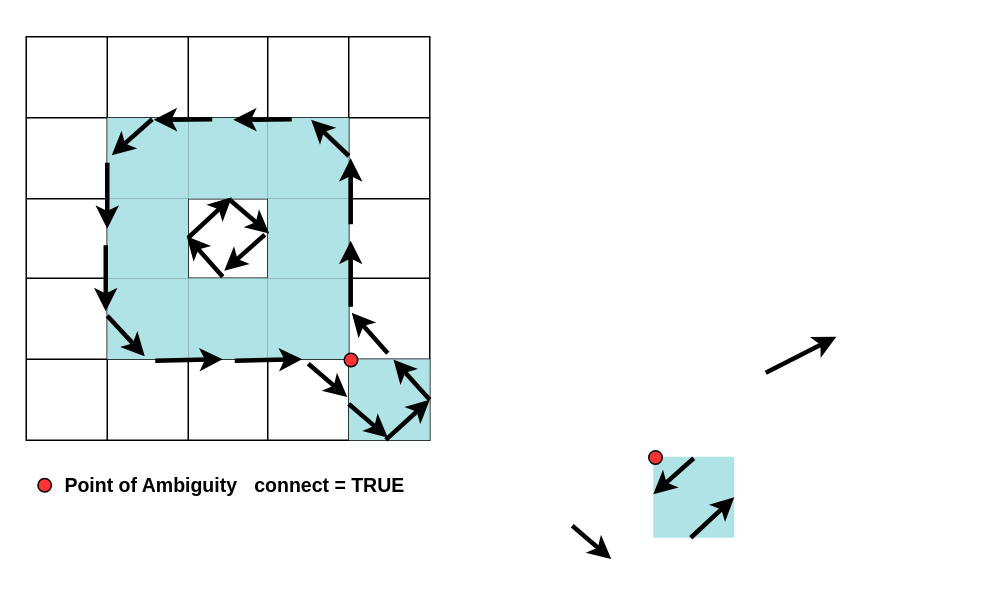
The draw.io diagram page "Page-4" (4 of 5) of Untitled Diagram.drawio in CoreSheep/AI, before the edit. Source tidied: cells renumbered, new cells numbered last; positions are measured from the earlier drawing's top-left corner, leaving out a move shared by most shapes. Both pictures are drawn from the tidied source at 150%, with x=0, y=0 at pixel (26, 36).
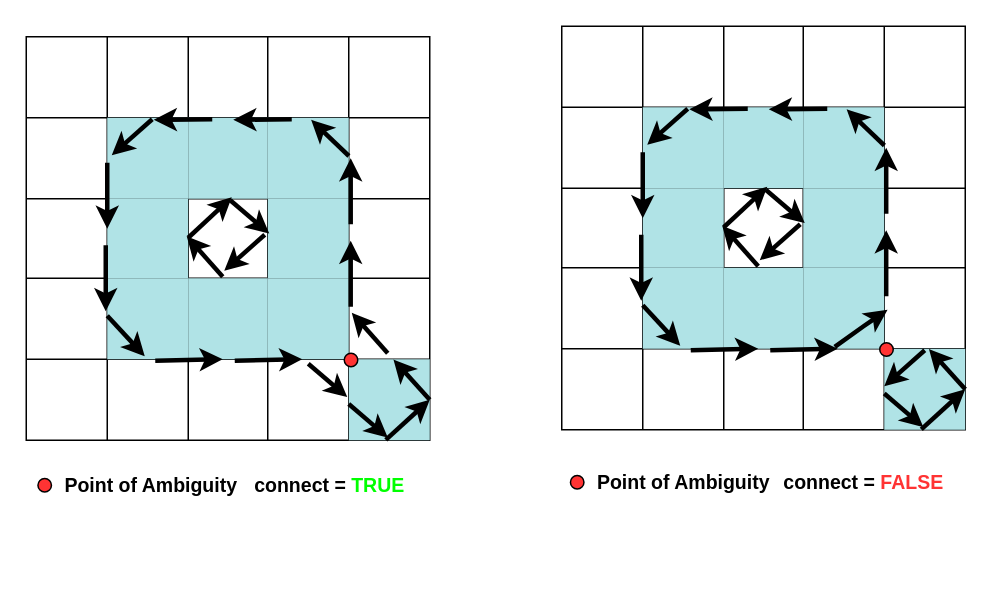
The same page after the edit.

Change to the diagram source:
```diff
@@
-    <mxCell id="54" style="shape=partialRectangle;html=1;whiteSpace=wrap;strokeColor=#0e8088;overflow=hidden;fillColor=#b0e3e6;top=0;left=0;bottom=0;right=0;" parent="1" vertex="1">
-      <mxGeometry x="418" y="280" width="54" height="54" as="geometry" />
-    </mxCell>
@@
-    <mxCell id="56" style="endArrow=classic;html=1;rounded=0;strokeWidth=3;exitX=0.891;exitY=0.995;exitDx=0;exitDy=0;exitPerimeter=0;entryX=1;entryY=0.5;entryDx=0;entryDy=0;" parent="1" edge="1">
-      <mxGeometry relative="1" as="geometry">
-        <mxPoint x="443" y="334" as="sourcePoint" />
-        <mxPoint x="472" y="307" as="targetPoint" />
-      </mxGeometry>
-    </mxCell>
-    <mxCell id="57" style="ellipse;whiteSpace=wrap;html=1;fillColor=#FF3333;" parent="1" vertex="1">
-      <mxGeometry x="415" y="276" width="9" height="9" as="geometry" />
-    </mxCell>
-    <mxCell id="58" style="endArrow=classic;html=1;rounded=0;strokeWidth=3;exitX=0.676;exitY=0.996;exitDx=0;exitDy=0;exitPerimeter=0;entryX=0.896;entryY=0.966;entryDx=0;entryDy=0;entryPerimeter=0;" parent="1" edge="1">
-      <mxGeometry relative="1" as="geometry">
-        <mxPoint x="364" y="326" as="sourcePoint" />
-        <mxPoint x="390" y="348.2" as="targetPoint" />
-      </mxGeometry>
-    </mxCell>
-    <mxCell id="59" style="endArrow=classic;html=1;rounded=0;strokeWidth=3;exitX=0.938;exitY=0.971;exitDx=0;exitDy=0;exitPerimeter=0;" parent="1" edge="1">
-      <mxGeometry relative="1" as="geometry">
-        <mxPoint x="445" y="281" as="sourcePoint" />
-        <mxPoint x="418" y="305" as="targetPoint" />
-      </mxGeometry>
-    </mxCell>
@@
-    <mxCell id="61" style="endArrow=classic;html=1;rounded=0;strokeWidth=3;exitX=1;exitY=0.5;exitDx=0;exitDy=0;" parent="1" edge="1">
-      <mxGeometry relative="1" as="geometry">
-        <mxPoint x="493" y="224" as="sourcePoint" />
-        <mxPoint x="540" y="200" as="targetPoint" />
-      </mxGeometry>
-    </mxCell>
-    <mxCell id="62" value="&lt;span style=&quot;font-size: 13px;&quot;&gt;&lt;b&gt;connect = TRUE&lt;/b&gt;&lt;/span&gt;" style="text;html=1;align=center;verticalAlign=middle;strokeColor=none;fillColor=none;" parent="1" vertex="1">
+    <mxCell id="62" value="&lt;span style=&quot;font-size: 13px;&quot;&gt;&lt;b&gt;connect = &lt;font color=&quot;#00ff00&quot;&gt;TRUE&lt;/font&gt;&lt;/b&gt;&lt;/span&gt;" style="text;html=1;align=center;verticalAlign=middle;strokeColor=none;fillColor=none;" parent="1" vertex="1">
       <mxGeometry x="143.2" y="285" width="118" height="28" as="geometry" />
     </mxCell>
+    <mxCell id="63" style="shape=table;startSize=0;childLayout=tableLayout;" parent="1" vertex="1">
+      <mxGeometry x="357" y="-7" width="269" height="269" as="geometry" />
+    </mxCell>
+    <mxCell id="64" style="shape=tableRow;horizontal=0;startSize=0;swimlaneHead=0;swimlaneBody=0;strokeColor=inherit;top=0;left=0;bottom=0;right=0;fillColor=none;points=[[0,0.5],[1,0.5]];portConstraint=eastwest;" parent="63" vertex="1">
+      <mxGeometry width="269" height="54" as="geometry" />
+    </mxCell>
+    <mxCell id="65" style="shape=partialRectangle;html=1;whiteSpace=wrap;strokeColor=inherit;overflow=hidden;fillColor=none;top=0;left=0;bottom=0;right=0;" parent="64" vertex="1">
+      <mxGeometry width="54" height="54" as="geometry" />
+    </mxCell>
+    <mxCell id="66" style="shape=partialRectangle;html=1;whiteSpace=wrap;strokeColor=inherit;overflow=hidden;fillColor=none;top=0;left=0;bottom=0;right=0;" parent="64" vertex="1">
+      <mxGeometry x="54" width="54" height="54" as="geometry" />
+    </mxCell>
+    <mxCell id="67" style="shape=partialRectangle;html=1;whiteSpace=wrap;strokeColor=inherit;overflow=hidden;fillColor=none;top=0;left=0;bottom=0;right=0;" parent="64" vertex="1">
+      <mxGeometry x="108" width="53" height="54" as="geometry" />
+    </mxCell>
+    <mxCell id="68" style="shape=partialRectangle;html=1;whiteSpace=wrap;strokeColor=inherit;overflow=hidden;fillColor=none;top=0;left=0;bottom=0;right=0;" parent="64" vertex="1">
+      <mxGeometry x="161" width="54" height="54" as="geometry" />
+    </mxCell>
+    <mxCell id="69" style="shape=partialRectangle;html=1;whiteSpace=wrap;strokeColor=inherit;overflow=hidden;fillColor=none;top=0;left=0;bottom=0;right=0;" parent="64" vertex="1">
+      <mxGeometry x="215" width="54" height="54" as="geometry" />
+    </mxCell>
+    <mxCell id="70" style="shape=tableRow;horizontal=0;startSize=0;swimlaneHead=0;swimlaneBody=0;strokeColor=inherit;top=0;left=0;bottom=0;right=0;fillColor=none;" parent="63" vertex="1">
+      <mxGeometry y="54" width="269" height="54" as="geometry" />
+    </mxCell>
+    <mxCell id="71" style="shape=partialRectangle;html=1;whiteSpace=wrap;strokeColor=inherit;overflow=hidden;fillColor=none;top=0;left=0;bottom=0;right=0;" parent="70" vertex="1">
+      <mxGeometry width="54" height="54" as="geometry" />
+    </mxCell>
+    <mxCell id="72" style="shape=partialRectangle;html=1;whiteSpace=wrap;strokeColor=#0e8088;overflow=hidden;fillColor=#b0e3e6;top=0;left=0;bottom=0;right=0;" parent="70" vertex="1">
+      <mxGeometry x="54" width="54" height="54" as="geometry" />
+    </mxCell>
+    <mxCell id="73" style="shape=partialRectangle;html=1;whiteSpace=wrap;strokeColor=#0e8088;overflow=hidden;fillColor=#b0e3e6;top=0;left=0;bottom=0;right=0;" parent="70" vertex="1">
+      <mxGeometry x="108" width="53" height="54" as="geometry" />
+    </mxCell>
+    <mxCell id="74" style="shape=partialRectangle;html=1;whiteSpace=wrap;strokeColor=#0e8088;overflow=hidden;fillColor=#b0e3e6;top=0;left=0;bottom=0;right=0;" parent="70" vertex="1">
+      <mxGeometry x="161" width="54" height="54" as="geometry" />
+    </mxCell>
+    <mxCell id="75" style="shape=partialRectangle;html=1;whiteSpace=wrap;strokeColor=inherit;overflow=hidden;fillColor=none;top=0;left=0;bottom=0;right=0;" parent="70" vertex="1">
+      <mxGeometry x="215" width="54" height="54" as="geometry" />
+    </mxCell>
+    <mxCell id="76" style="shape=tableRow;horizontal=0;startSize=0;swimlaneHead=0;swimlaneBody=0;strokeColor=inherit;top=0;left=0;bottom=0;right=0;fillColor=none;" parent="63" vertex="1">
+      <mxGeometry y="108" width="269" height="53" as="geometry" />
+    </mxCell>
+    <mxCell id="77" style="shape=partialRectangle;html=1;whiteSpace=wrap;strokeColor=inherit;overflow=hidden;fillColor=none;top=0;left=0;bottom=0;right=0;" parent="76" vertex="1">
+      <mxGeometry width="54" height="53" as="geometry" />
+    </mxCell>
+    <mxCell id="78" style="shape=partialRectangle;html=1;whiteSpace=wrap;strokeColor=#0e8088;overflow=hidden;fillColor=#b0e3e6;top=0;left=0;bottom=0;right=0;" parent="76" vertex="1">
+      <mxGeometry x="54" width="54" height="53" as="geometry" />
+    </mxCell>
+    <mxCell id="79" style="shape=partialRectangle;html=1;whiteSpace=wrap;strokeColor=inherit;overflow=hidden;fillColor=none;top=0;left=0;bottom=0;right=0;" parent="76" vertex="1">
+      <mxGeometry x="108" width="53" height="53" as="geometry" />
+    </mxCell>
+    <mxCell id="80" style="shape=partialRectangle;html=1;whiteSpace=wrap;strokeColor=#0e8088;overflow=hidden;fillColor=#b0e3e6;top=0;left=0;bottom=0;right=0;" parent="76" vertex="1">
+      <mxGeometry x="161" width="54" height="53" as="geometry" />
+    </mxCell>
+    <mxCell id="81" style="shape=partialRectangle;html=1;whiteSpace=wrap;strokeColor=inherit;overflow=hidden;fillColor=none;top=0;left=0;bottom=0;right=0;" parent="76" vertex="1">
+      <mxGeometry x="215" width="54" height="53" as="geometry" />
+    </mxCell>
+    <mxCell id="82" style="shape=tableRow;horizontal=0;startSize=0;swimlaneHead=0;swimlaneBody=0;strokeColor=inherit;top=0;left=0;bottom=0;right=0;fillColor=none;points=[[0,0.5],[1,0.5]];portConstraint=eastwest;" parent="63" vertex="1">
+      <mxGeometry y="161" width="269" height="54" as="geometry" />
+    </mxCell>
+    <mxCell id="83" style="shape=partialRectangle;html=1;whiteSpace=wrap;strokeColor=inherit;overflow=hidden;fillColor=none;top=0;left=0;bottom=0;right=0;" parent="82" vertex="1">
+      <mxGeometry width="54" height="54" as="geometry" />
+    </mxCell>
+    <mxCell id="84" style="shape=partialRectangle;html=1;whiteSpace=wrap;strokeColor=#0e8088;overflow=hidden;fillColor=#b0e3e6;top=0;left=0;bottom=0;right=0;" parent="82" vertex="1">
+      <mxGeometry x="54" width="54" height="54" as="geometry" />
+    </mxCell>
+    <mxCell id="85" style="shape=partialRectangle;html=1;whiteSpace=wrap;strokeColor=#0e8088;overflow=hidden;fillColor=#b0e3e6;top=0;left=0;bottom=0;right=0;" parent="82" vertex="1">
+      <mxGeometry x="108" width="53" height="54" as="geometry" />
+    </mxCell>
+    <mxCell id="86" style="shape=partialRectangle;html=1;whiteSpace=wrap;strokeColor=#0e8088;overflow=hidden;fillColor=#b0e3e6;top=0;left=0;bottom=0;right=0;" parent="82" vertex="1">
+      <mxGeometry x="161" width="54" height="54" as="geometry" />
+    </mxCell>
+    <mxCell id="87" style="shape=partialRectangle;html=1;whiteSpace=wrap;strokeColor=inherit;overflow=hidden;fillColor=none;top=0;left=0;bottom=0;right=0;" parent="82" vertex="1">
+      <mxGeometry x="215" width="54" height="54" as="geometry" />
+    </mxCell>
+    <mxCell id="88" style="shape=tableRow;horizontal=0;startSize=0;swimlaneHead=0;swimlaneBody=0;strokeColor=inherit;top=0;left=0;bottom=0;right=0;fillColor=none;points=[[0,0.5],[1,0.5]];portConstraint=eastwest;" parent="63" vertex="1">
+      <mxGeometry y="215" width="269" height="54" as="geometry" />
+    </mxCell>
+    <mxCell id="89" style="shape=partialRectangle;html=1;whiteSpace=wrap;strokeColor=inherit;overflow=hidden;fillColor=none;top=0;left=0;bottom=0;right=0;" parent="88" vertex="1">
+      <mxGeometry width="54" height="54" as="geometry" />
+    </mxCell>
+    <mxCell id="90" style="shape=partialRectangle;html=1;whiteSpace=wrap;strokeColor=inherit;overflow=hidden;fillColor=none;top=0;left=0;bottom=0;right=0;" parent="88" vertex="1">
+      <mxGeometry x="54" width="54" height="54" as="geometry" />
+    </mxCell>
+    <mxCell id="91" style="shape=partialRectangle;html=1;whiteSpace=wrap;strokeColor=inherit;overflow=hidden;fillColor=none;top=0;left=0;bottom=0;right=0;" parent="88" vertex="1">
+      <mxGeometry x="108" width="53" height="54" as="geometry" />
+    </mxCell>
+    <mxCell id="92" style="shape=partialRectangle;html=1;whiteSpace=wrap;strokeColor=inherit;overflow=hidden;fillColor=none;top=0;left=0;bottom=0;right=0;" parent="88" vertex="1">
+      <mxGeometry x="161" width="54" height="54" as="geometry" />
+    </mxCell>
+    <mxCell id="93" style="shape=partialRectangle;html=1;whiteSpace=wrap;strokeColor=#0e8088;overflow=hidden;fillColor=#b0e3e6;top=0;left=0;bottom=0;right=0;" parent="88" vertex="1">
+      <mxGeometry x="215" width="54" height="54" as="geometry" />
+    </mxCell>
+    <mxCell id="94" style="endArrow=classic;html=1;rounded=0;strokeWidth=3;entryX=0.91;entryY=1.003;entryDx=0;entryDy=0;entryPerimeter=0;exitX=1;exitY=0.5;exitDx=0;exitDy=0;" parent="63" edge="1" source="88" target="82">
+      <mxGeometry relative="1" as="geometry" />
+    </mxCell>
+    <mxCell id="95" style="endArrow=classic;html=1;rounded=0;strokeWidth=3;exitX=0.891;exitY=0.995;exitDx=0;exitDy=0;exitPerimeter=0;entryX=1;entryY=0.5;entryDx=0;entryDy=0;" parent="63" edge="1" source="88" target="88">
+      <mxGeometry relative="1" as="geometry" />
+    </mxCell>
+    <mxCell id="96" style="endArrow=classic;html=1;rounded=0;strokeWidth=3;" parent="1" edge="1">
+      <mxGeometry relative="1" as="geometry">
+        <mxPoint x="573.3" y="118" as="sourcePoint" />
+        <mxPoint x="573.3" y="74" as="targetPoint" />
+      </mxGeometry>
+    </mxCell>
+    <mxCell id="97" style="endArrow=classic;html=1;rounded=0;strokeWidth=3;entryX=0.706;entryY=1.026;entryDx=0;entryDy=0;entryPerimeter=0;" parent="1" edge="1" target="64">
+      <mxGeometry relative="1" as="geometry">
+        <mxPoint x="572.1" y="72.5" as="sourcePoint" />
+      </mxGeometry>
+    </mxCell>
+    <mxCell id="98" style="endArrow=classic;html=1;rounded=0;strokeWidth=3;" parent="1" edge="1">
+      <mxGeometry relative="1" as="geometry">
+        <mxPoint x="411" y="179" as="sourcePoint" />
+        <mxPoint x="436" y="206" as="targetPoint" />
+      </mxGeometry>
+    </mxCell>
+    <mxCell id="99" style="endArrow=classic;html=1;rounded=0;strokeWidth=3;" parent="1" edge="1">
+      <mxGeometry relative="1" as="geometry">
+        <mxPoint x="410" y="132" as="sourcePoint" />
+        <mxPoint x="410" y="176" as="targetPoint" />
+      </mxGeometry>
+    </mxCell>
+    <mxCell id="100" style="endArrow=classic;html=1;rounded=0;strokeWidth=3;" parent="1" edge="1">
+      <mxGeometry relative="1" as="geometry">
+        <mxPoint x="411" y="77" as="sourcePoint" />
+        <mxPoint x="411" y="121" as="targetPoint" />
+      </mxGeometry>
+    </mxCell>
+    <mxCell id="101" style="endArrow=classic;html=1;rounded=0;strokeWidth=3;exitX=0.938;exitY=0.971;exitDx=0;exitDy=0;exitPerimeter=0;entryX=0.662;entryY=1.003;entryDx=0;entryDy=0;entryPerimeter=0;" parent="1" edge="1">
+      <mxGeometry relative="1" as="geometry">
+        <mxPoint x="534" y="48" as="sourcePoint" />
+        <mxPoint x="495" y="48.4" as="targetPoint" />
+      </mxGeometry>
+    </mxCell>
+    <mxCell id="102" style="endArrow=classic;html=1;rounded=0;strokeWidth=3;exitX=0.938;exitY=0.971;exitDx=0;exitDy=0;exitPerimeter=0;entryX=0.662;entryY=1.003;entryDx=0;entryDy=0;entryPerimeter=0;" parent="1" edge="1">
+      <mxGeometry relative="1" as="geometry">
+        <mxPoint x="481" y="48" as="sourcePoint" />
+        <mxPoint x="442" y="48.4" as="targetPoint" />
+      </mxGeometry>
+    </mxCell>
+    <mxCell id="103" style="endArrow=classic;html=1;rounded=0;strokeWidth=3;exitX=0.938;exitY=0.971;exitDx=0;exitDy=0;exitPerimeter=0;" parent="1" edge="1">
+      <mxGeometry relative="1" as="geometry">
+        <mxPoint x="441" y="48" as="sourcePoint" />
+        <mxPoint x="414" y="72" as="targetPoint" />
+      </mxGeometry>
+    </mxCell>
+    <mxCell id="104" style="endArrow=classic;html=1;rounded=0;strokeWidth=3;exitX=0.353;exitY=0.018;exitDx=0;exitDy=0;exitPerimeter=0;entryX=0.662;entryY=1.003;entryDx=0;entryDy=0;entryPerimeter=0;" parent="1" edge="1">
+      <mxGeometry relative="1" as="geometry">
+        <mxPoint x="443" y="209" as="sourcePoint" />
+        <mxPoint x="488" y="208" as="targetPoint" />
+      </mxGeometry>
+    </mxCell>
+    <mxCell id="105" style="endArrow=classic;html=1;rounded=0;strokeWidth=3;exitX=0.353;exitY=0.018;exitDx=0;exitDy=0;exitPerimeter=0;entryX=0.662;entryY=1.003;entryDx=0;entryDy=0;entryPerimeter=0;" parent="1" edge="1">
+      <mxGeometry relative="1" as="geometry">
+        <mxPoint x="496" y="209" as="sourcePoint" />
+        <mxPoint x="541" y="208" as="targetPoint" />
+      </mxGeometry>
+    </mxCell>
+    <mxCell id="106" style="ellipse;whiteSpace=wrap;html=1;fillColor=#FF3333;" parent="1" vertex="1">
+      <mxGeometry x="569" y="204" width="9" height="9" as="geometry" />
+    </mxCell>
+    <mxCell id="107" style="endArrow=classic;html=1;rounded=0;strokeWidth=3;exitX=0.676;exitY=0.996;exitDx=0;exitDy=0;exitPerimeter=0;entryX=0.662;entryY=1.003;entryDx=0;entryDy=0;entryPerimeter=0;" parent="1" edge="1">
+      <mxGeometry relative="1" as="geometry">
+        <mxPoint x="539" y="206.8" as="sourcePoint" />
+        <mxPoint x="574.2" y="182" as="targetPoint" />
+        <Array as="points">
+          <mxPoint x="558.2" y="193" />
+        </Array>
+      </mxGeometry>
+    </mxCell>
+    <mxCell id="108" style="endArrow=classic;html=1;rounded=0;strokeWidth=3;" parent="1" edge="1">
+      <mxGeometry relative="1" as="geometry">
+        <mxPoint x="573.3" y="173" as="sourcePoint" />
+        <mxPoint x="573.3" y="129" as="targetPoint" />
+      </mxGeometry>
+    </mxCell>
+    <mxCell id="109" style="endArrow=classic;html=1;rounded=0;strokeWidth=3;exitX=0.676;exitY=0.996;exitDx=0;exitDy=0;exitPerimeter=0;entryX=0.896;entryY=0.966;entryDx=0;entryDy=0;entryPerimeter=0;" parent="1" edge="1" target="88">
+      <mxGeometry relative="1" as="geometry">
+        <mxPoint x="572" y="237.8" as="sourcePoint" />
+      </mxGeometry>
+    </mxCell>
+    <mxCell id="110" style="endArrow=classic;html=1;rounded=0;strokeWidth=3;exitX=0.938;exitY=0.971;exitDx=0;exitDy=0;exitPerimeter=0;" parent="1" edge="1">
+      <mxGeometry relative="1" as="geometry">
+        <mxPoint x="599" y="209" as="sourcePoint" />
+        <mxPoint x="572" y="233" as="targetPoint" />
+      </mxGeometry>
+    </mxCell>
+    <mxCell id="111" style="endArrow=classic;html=1;rounded=0;strokeWidth=3;entryX=0.91;entryY=1.003;entryDx=0;entryDy=0;entryPerimeter=0;exitX=1;exitY=0.5;exitDx=0;exitDy=0;" parent="1" edge="1">
+      <mxGeometry relative="1" as="geometry">
+        <mxPoint x="488" y="153" as="sourcePoint" />
+        <mxPoint x="464" y="126" as="targetPoint" />
+      </mxGeometry>
+    </mxCell>
+    <mxCell id="112" style="endArrow=classic;html=1;rounded=0;strokeWidth=3;exitX=0.891;exitY=0.995;exitDx=0;exitDy=0;exitPerimeter=0;entryX=1;entryY=0.5;entryDx=0;entryDy=0;" parent="1" edge="1">
+      <mxGeometry relative="1" as="geometry">
+        <mxPoint x="465" y="127" as="sourcePoint" />
+        <mxPoint x="494" y="100" as="targetPoint" />
+      </mxGeometry>
+    </mxCell>
+    <mxCell id="113" style="endArrow=classic;html=1;rounded=0;strokeWidth=3;exitX=0.676;exitY=0.996;exitDx=0;exitDy=0;exitPerimeter=0;entryX=0.896;entryY=0.966;entryDx=0;entryDy=0;entryPerimeter=0;" parent="1" edge="1">
+      <mxGeometry relative="1" as="geometry">
+        <mxPoint x="493" y="102" as="sourcePoint" />
+        <mxPoint x="519" y="124.2" as="targetPoint" />
+      </mxGeometry>
+    </mxCell>
+    <mxCell id="114" style="endArrow=classic;html=1;rounded=0;strokeWidth=3;exitX=0.938;exitY=0.971;exitDx=0;exitDy=0;exitPerimeter=0;" parent="1" edge="1">
+      <mxGeometry relative="1" as="geometry">
+        <mxPoint x="516" y="125" as="sourcePoint" />
+        <mxPoint x="489" y="149" as="targetPoint" />
+      </mxGeometry>
+    </mxCell>
+    <mxCell id="115" style="ellipse;whiteSpace=wrap;html=1;fillColor=#FF3333;" parent="1" vertex="1">
+      <mxGeometry x="362.8" y="292.5" width="9" height="9" as="geometry" />
+    </mxCell>
+    <mxCell id="116" value="&lt;font size=&quot;1&quot; style=&quot;&quot;&gt;&lt;b style=&quot;font-size: 13px;&quot;&gt;Point of Ambiguity&lt;/b&gt;&lt;/font&gt;" style="text;html=1;align=center;verticalAlign=middle;strokeColor=none;fillColor=none;" parent="1" vertex="1">
+      <mxGeometry x="371.8" y="283" width="133" height="28" as="geometry" />
+    </mxCell>
+    <mxCell id="117" value="&lt;span style=&quot;font-size: 13px;&quot;&gt;&lt;b&gt;connect = &lt;font color=&quot;#ff3333&quot;&gt;FALSE&lt;/font&gt;&lt;/b&gt;&lt;/span&gt;" style="text;html=1;align=center;verticalAlign=middle;strokeColor=none;fillColor=none;" parent="1" vertex="1">
+      <mxGeometry x="495.2" y="283" width="125" height="28" as="geometry" />
+    </mxCell>
```
